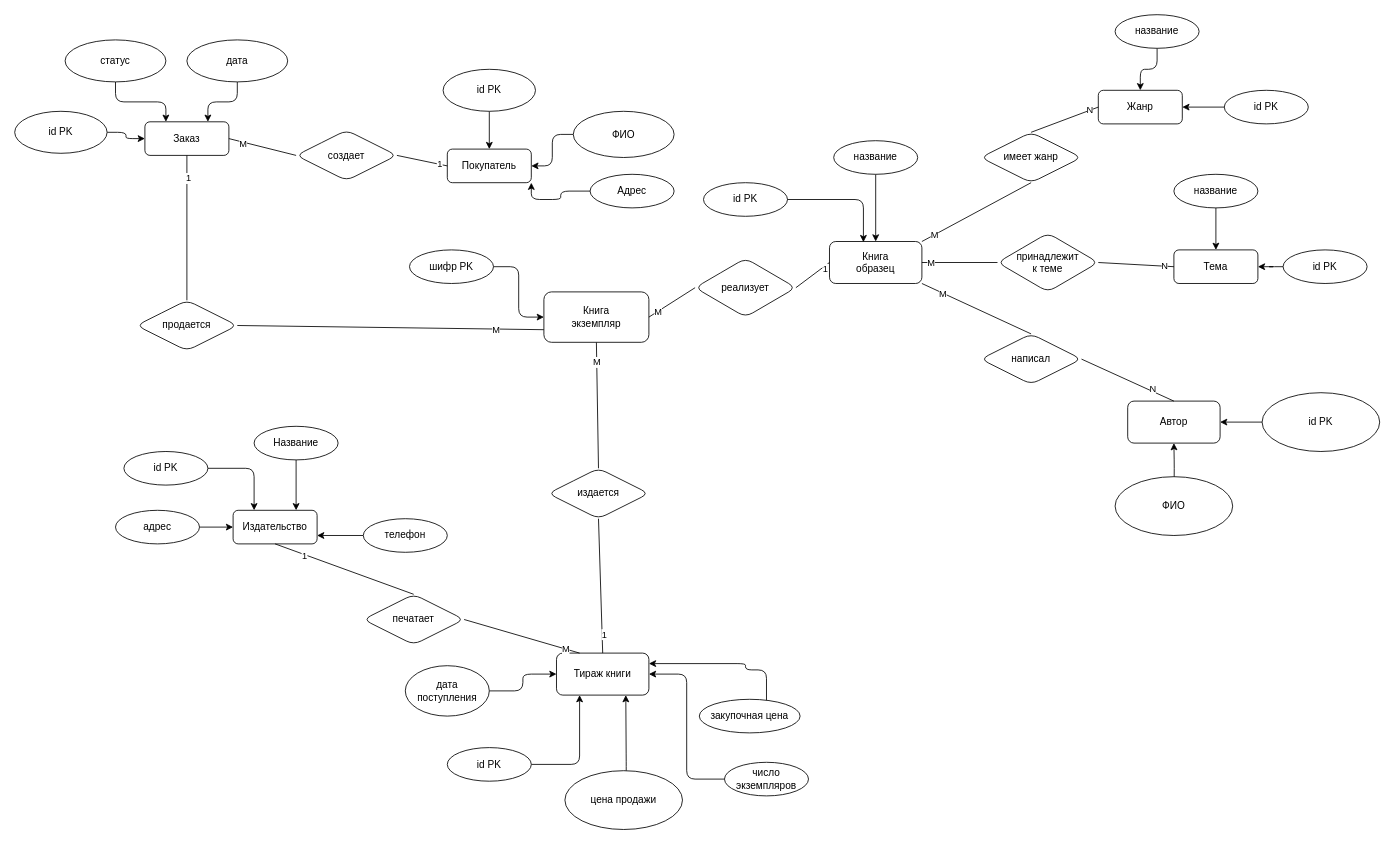
The draw.io diagram sources/er_diagram.drawio in 202rna/sql_labs2025, before the edit. Source tidied: cells renumbered, new cells numbered last; positions are measured from the earlier drawing's top-left corner, leaving out a move shared by most shapes. Both pictures are drawn from the tidied source at 84%, with x=0, y=0 at pixel (14, 14).
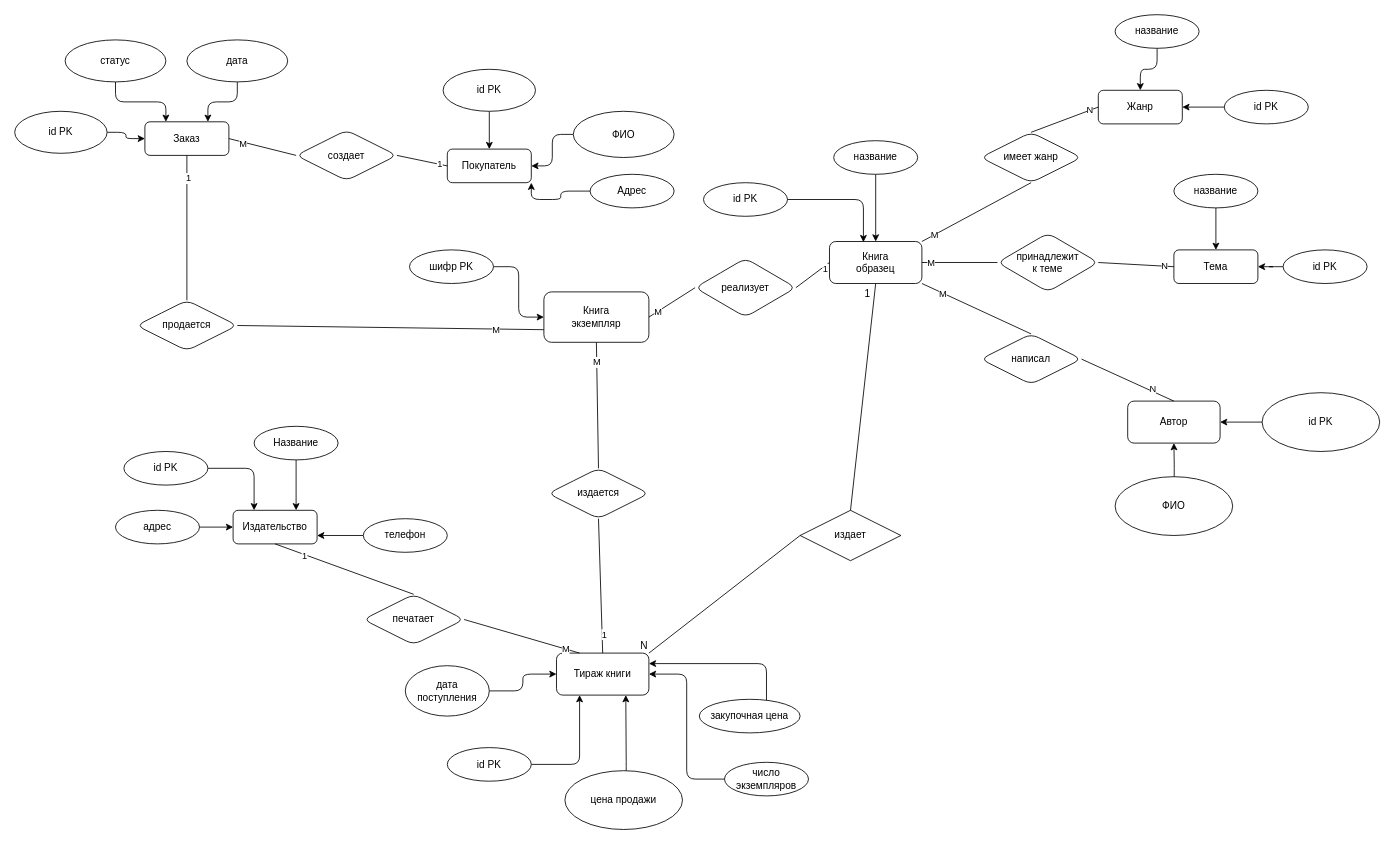
The same diagram, later.

Unchanged cells that the change refers to:
```xml
<mxCell id="2" value="Книга&lt;div&gt;образец&lt;/div&gt;" style="html=1;whiteSpace=wrap;rounded=1;" parent="1" vertex="1">
  <mxGeometry x="970" y="270" width="110" height="50" as="geometry" />
</mxCell>
<mxCell id="7" value="Тираж книги" style="html=1;whiteSpace=wrap;rounded=1;" parent="1" vertex="1">
  <mxGeometry x="645" y="760" width="110" height="50" as="geometry" />
</mxCell>
<mxCell id="11" value="закупочная цена" style="ellipse;whiteSpace=wrap;html=1;rounded=1;" parent="1" vertex="1">
  <mxGeometry x="815" y="815" width="120" height="40" as="geometry" />
</mxCell>
```

The edit, as a diff of the source:
```diff
@@
     <mxCell id="10" style="edgeStyle=orthogonalEdgeStyle;rounded=1;jettySize=auto;html=1;entryX=1;entryY=0.25;entryDx=0;entryDy=0;exitX=0;exitY=0.5;exitDx=0;exitDy=0;" parent="1" edge="1" source="11" target="7">
       <mxGeometry relative="1" as="geometry">
         <Array as="points">
-          <mxPoint x="895" y="780" />
-          <mxPoint x="870" y="780" />
-          <mxPoint x="870" y="773" />
+          <mxPoint x="895" y="835" />
+          <mxPoint x="895" y="772" />
         </Array>
       </mxGeometry>
     </mxCell>
@@
+    <mxCell id="99" value="издает" style="shape=rhombus;perimeter=rhombusPerimeter;whiteSpace=wrap;html=1;align=center;" parent="1" vertex="1">
+      <mxGeometry x="935" y="590" width="120" height="60" as="geometry" />
+    </mxCell>
+    <mxCell id="100" style="endArrow=none;html=1;rounded=0;entryX=1;entryY=0;entryDx=0;entryDy=0;exitX=0;exitY=0.5;exitDx=0;exitDy=0;" parent="1" edge="1" source="99" target="7">
+      <mxGeometry relative="1" as="geometry" />
+    </mxCell>
+    <mxCell id="101" value="N" style="html=1;whiteSpace=wrap;align=right;verticalAlign=bottom;" parent="100" vertex="1">
+      <mxGeometry x="1" relative="1" as="geometry" />
+    </mxCell>
+    <mxCell id="102" style="endArrow=none;html=1;rounded=0;exitX=0.5;exitY=0;exitDx=0;exitDy=0;entryX=0.5;entryY=1;entryDx=0;entryDy=0;" parent="1" edge="1" source="99" target="2">
+      <mxGeometry relative="1" as="geometry" />
+    </mxCell>
+    <mxCell id="103" value="1" style="html=1;whiteSpace=wrap;align=right;verticalAlign=bottom;" parent="102" vertex="1">
+      <mxGeometry x="1" relative="1" as="geometry">
+        <mxPoint x="-5" y="20" as="offset" />
+      </mxGeometry>
+    </mxCell>
```
